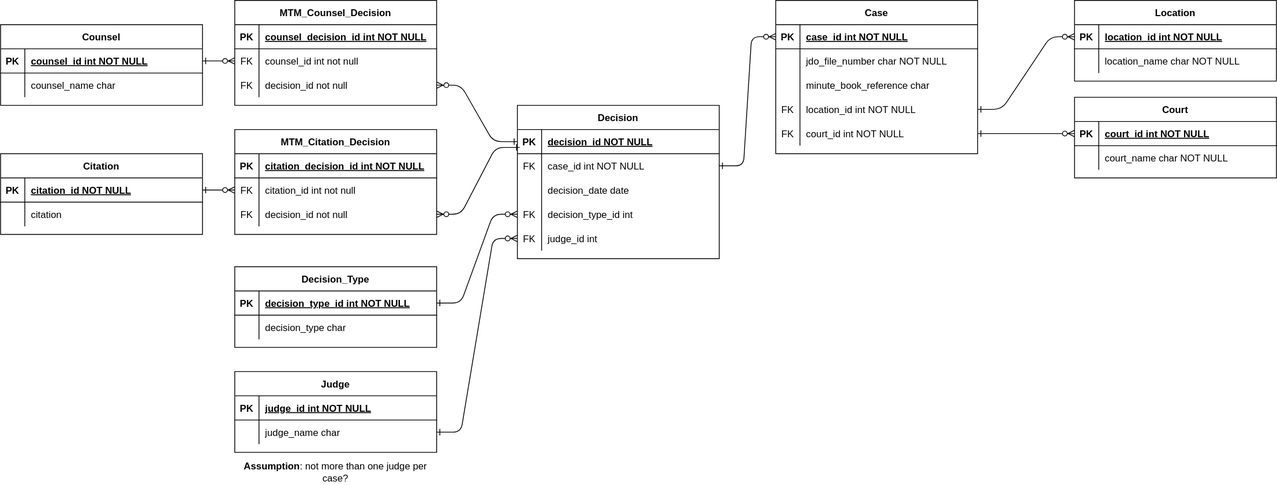
engleangs/datathon keeps this draw.io diagram as docs/Datathon-SQL-ERD.svg. Above is the earlier version. Source tidied: cells renumbered, new cells last; positions are measured from the earlier drawing's top-left corner, leaving out a move shared by most shapes.
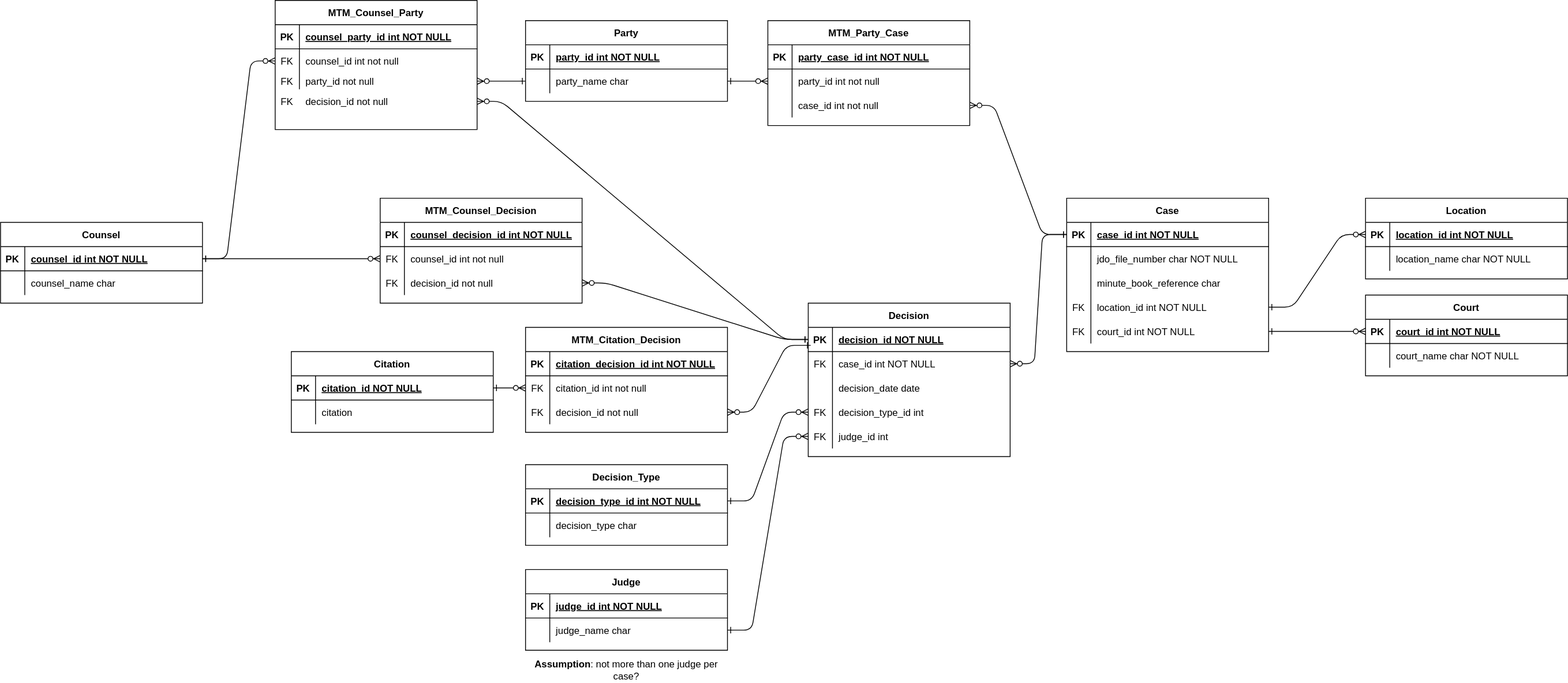
After the change.

Commit message:
Significant ERD update

The edit, as a diff of the source:
```diff
@@ -2,7 +2,7 @@
   <root>
     <mxCell id="0" />
     <mxCell id="1" parent="0" />
-    <mxCell id="2" style="edgeStyle=entityRelationEdgeStyle;endArrow=ERzeroToMany;startArrow=ERone;endFill=1;startFill=0;entryX=0;entryY=0.5;entryDx=0;entryDy=0;exitX=1;exitY=0.5;exitDx=0;exitDy=0;" parent="1" edge="1" source="31" target="5">
+    <mxCell id="2" style="edgeStyle=entityRelationEdgeStyle;endArrow=ERzeroToMany;startArrow=ERone;endFill=1;startFill=0;exitX=0;exitY=0.5;exitDx=0;exitDy=0;entryX=1;entryY=0.5;entryDx=0;entryDy=0;" parent="1" edge="1" source="5" target="31">
       <mxGeometry relative="1" as="geometry" />
     </mxCell>
     <mxCell id="3" style="edgeStyle=entityRelationEdgeStyle;endArrow=ERzeroToMany;startArrow=ERone;endFill=1;startFill=0;exitX=1;exitY=0.5;exitDx=0;exitDy=0;entryX=0;entryY=0.5;entryDx=0;entryDy=0;" parent="1" edge="1" source="14" target="21">
@@ -174,7 +174,7 @@
       <mxGeometry relative="1" as="geometry" />
     </mxCell>
     <mxCell id="59" value="Counsel" style="shape=table;startSize=30;rowLines=0;fontStyle=1;align=center;" parent="1" vertex="1">
-      <mxGeometry y="30" width="250" height="100" as="geometry" />
+      <mxGeometry x="-360" y="30" width="250" height="100" as="geometry" />
     </mxCell>
     <mxCell id="60" style="shape=partialRectangle;fillColor=none;points=[[0,0.5],[1,0.5]];portConstraint=eastwest;top=0;left=0;right=0;bottom=1;" parent="59" vertex="1">
       <mxGeometry y="30" width="250" height="30" as="geometry" />
@@ -195,7 +195,7 @@
       <mxGeometry x="30" width="220" height="30" as="geometry" />
     </mxCell>
     <mxCell id="66" value="MTM_Counsel_Decision" style="shape=table;startSize=30;rowLines=0;fontStyle=1;align=center;" parent="1" vertex="1">
-      <mxGeometry x="290" width="250" height="130" as="geometry" />
+      <mxGeometry x="110" width="250" height="130" as="geometry" />
     </mxCell>
     <mxCell id="67" style="shape=partialRectangle;fillColor=none;top=0;left=0;right=0;bottom=1;" parent="66" vertex="1">
       <mxGeometry y="30" width="250" height="30" as="geometry" />
@@ -314,5 +314,110 @@
     <mxCell id="105" value="&lt;b&gt;Assumption&lt;/b&gt;: not more than one judge per case?" style="text;html=1;whiteSpace=wrap;strokeColor=none;fillColor=none;align=center;verticalAlign=middle;rounded=0;" parent="1" vertex="1">
       <mxGeometry x="290" y="570" width="250" height="30" as="geometry" />
     </mxCell>
+    <mxCell id="106" value="Party" style="shape=table;startSize=30;rowLines=0;fontStyle=1;align=center;" parent="1" vertex="1">
+      <mxGeometry x="290" y="-220" width="250" height="100" as="geometry" />
+    </mxCell>
+    <mxCell id="107" style="shape=partialRectangle;fillColor=none;top=0;left=0;right=0;bottom=1;" parent="106" vertex="1">
+      <mxGeometry y="30" width="250" height="30" as="geometry" />
+    </mxCell>
+    <mxCell id="108" value="PK" style="shape=partialRectangle;overflow=hidden;fillColor=none;top=0;left=0;bottom=0;right=0;fontStyle=1;" parent="107" vertex="1">
+      <mxGeometry width="30" height="30" as="geometry" />
+    </mxCell>
+    <mxCell id="109" value="party_id int NOT NULL" style="shape=partialRectangle;overflow=hidden;fillColor=none;top=0;left=0;bottom=0;right=0;align=left;spacingLeft=6;fontStyle=5;" parent="107" vertex="1">
+      <mxGeometry x="30" width="220" height="30" as="geometry" />
+    </mxCell>
+    <mxCell id="110" style="shape=partialRectangle;fillColor=none;points=[[0,0.5],[1,0.5]];portConstraint=eastwest;top=0;left=0;right=0;bottom=0;" parent="106" vertex="1">
+      <mxGeometry y="60" width="250" height="30" as="geometry" />
+    </mxCell>
+    <mxCell id="111" style="shape=partialRectangle;overflow=hidden;fillColor=none;top=0;left=0;bottom=0;right=0;" parent="110" vertex="1">
+      <mxGeometry width="30" height="30" as="geometry" />
+    </mxCell>
+    <mxCell id="112" value="party_name char" style="shape=partialRectangle;overflow=hidden;fillColor=none;top=0;left=0;bottom=0;right=0;align=left;spacingLeft=6;" parent="110" vertex="1">
+      <mxGeometry x="30" width="220" height="30" as="geometry" />
+    </mxCell>
+    <mxCell id="113" value="MTM_Party_Case" style="shape=table;startSize=30;rowLines=0;fontStyle=1;align=center;" parent="1" vertex="1">
+      <mxGeometry x="590" y="-220" width="250" height="130" as="geometry" />
+    </mxCell>
+    <mxCell id="114" style="shape=partialRectangle;fillColor=none;top=0;left=0;right=0;bottom=1;" parent="113" vertex="1">
+      <mxGeometry y="30" width="250" height="30" as="geometry" />
+    </mxCell>
+    <mxCell id="115" value="PK" style="shape=partialRectangle;overflow=hidden;fillColor=none;top=0;left=0;bottom=0;right=0;fontStyle=1;" parent="114" vertex="1">
+      <mxGeometry width="30" height="30" as="geometry" />
+    </mxCell>
+    <mxCell id="116" value="party_case_id int NOT NULL" style="shape=partialRectangle;overflow=hidden;fillColor=none;top=0;left=0;bottom=0;right=0;align=left;spacingLeft=6;fontStyle=5;" parent="114" vertex="1">
+      <mxGeometry x="30" width="220" height="30" as="geometry" />
+    </mxCell>
+    <mxCell id="117" style="shape=partialRectangle;fillColor=none;points=[[0,0.5],[1,0.5]];portConstraint=eastwest;top=0;left=0;right=0;bottom=0;" parent="113" vertex="1">
+      <mxGeometry y="60" width="250" height="30" as="geometry" />
+    </mxCell>
+    <mxCell id="118" style="shape=partialRectangle;overflow=hidden;fillColor=none;top=0;left=0;bottom=0;right=0;" parent="117" vertex="1">
+      <mxGeometry width="30" height="30" as="geometry" />
+    </mxCell>
+    <mxCell id="119" value="party_id int not null" style="shape=partialRectangle;overflow=hidden;fillColor=none;top=0;left=0;bottom=0;right=0;align=left;spacingLeft=6;" parent="117" vertex="1">
+      <mxGeometry x="30" width="220" height="30" as="geometry" />
+    </mxCell>
+    <mxCell id="120" style="shape=partialRectangle;fillColor=none;points=[[0,0.5],[1,0.5]];portConstraint=eastwest;top=0;left=0;right=0;bottom=0;" parent="113" vertex="1">
+      <mxGeometry y="90" width="250" height="30" as="geometry" />
+    </mxCell>
+    <mxCell id="121" style="shape=partialRectangle;overflow=hidden;fillColor=none;top=0;left=0;bottom=0;right=0;" parent="120" vertex="1">
+      <mxGeometry width="30" height="30" as="geometry" />
+    </mxCell>
+    <mxCell id="122" value="case_id int not null" style="shape=partialRectangle;overflow=hidden;fillColor=none;top=0;left=0;bottom=0;right=0;align=left;spacingLeft=6;" parent="120" vertex="1">
+      <mxGeometry x="30" width="220" height="30" as="geometry" />
+    </mxCell>
+    <mxCell id="123" style="edgeStyle=entityRelationEdgeStyle;endArrow=ERzeroToMany;startArrow=ERone;endFill=1;startFill=0;exitX=1;exitY=0.5;exitDx=0;exitDy=0;entryX=0;entryY=0.5;entryDx=0;entryDy=0;" parent="1" edge="1" source="110" target="117">
+      <mxGeometry relative="1" as="geometry" />
+    </mxCell>
+    <mxCell id="124" style="edgeStyle=entityRelationEdgeStyle;endArrow=ERzeroToMany;startArrow=ERone;endFill=1;startFill=0;exitX=0;exitY=0.5;exitDx=0;exitDy=0;entryX=1;entryY=0.5;entryDx=0;entryDy=0;" parent="1" edge="1" source="5" target="120">
+      <mxGeometry relative="1" as="geometry" />
+    </mxCell>
+    <mxCell id="125" value="MTM_Counsel_Party" style="shape=table;startSize=30;rowLines=0;fontStyle=1;align=center;" parent="1" vertex="1">
+      <mxGeometry x="-20" y="-245" width="250" height="160" as="geometry" />
+    </mxCell>
+    <mxCell id="126" style="shape=partialRectangle;fillColor=none;top=0;left=0;right=0;bottom=1;" parent="125" vertex="1">
+      <mxGeometry y="30" width="250" height="30" as="geometry" />
+    </mxCell>
+    <mxCell id="127" value="PK" style="shape=partialRectangle;overflow=hidden;fillColor=none;top=0;left=0;bottom=0;right=0;fontStyle=1;" parent="126" vertex="1">
+      <mxGeometry width="30" height="30" as="geometry" />
+    </mxCell>
+    <mxCell id="128" value="counsel_party_id int NOT NULL" style="shape=partialRectangle;overflow=hidden;fillColor=none;top=0;left=0;bottom=0;right=0;align=left;spacingLeft=6;fontStyle=5;" parent="126" vertex="1">
+      <mxGeometry x="30" width="220" height="30" as="geometry" />
+    </mxCell>
+    <mxCell id="129" style="shape=partialRectangle;fillColor=none;points=[[0,0.5],[1,0.5]];portConstraint=eastwest;top=0;left=0;right=0;bottom=0;" parent="125" vertex="1">
+      <mxGeometry y="60" width="250" height="30" as="geometry" />
+    </mxCell>
+    <mxCell id="130" value="FK" style="shape=partialRectangle;overflow=hidden;fillColor=none;top=0;left=0;bottom=0;right=0;" parent="129" vertex="1">
+      <mxGeometry width="30" height="30" as="geometry" />
+    </mxCell>
+    <mxCell id="131" value="counsel_id int not null" style="shape=partialRectangle;overflow=hidden;fillColor=none;top=0;left=0;bottom=0;right=0;align=left;spacingLeft=6;" parent="129" vertex="1">
+      <mxGeometry x="30" width="220" height="30" as="geometry" />
+    </mxCell>
+    <mxCell id="132" style="shape=partialRectangle;fillColor=none;points=[[0,0.5],[1,0.5]];portConstraint=eastwest;top=0;left=0;right=0;bottom=0;" parent="125" vertex="1">
+      <mxGeometry y="90" width="250" height="20" as="geometry" />
+    </mxCell>
+    <mxCell id="133" value="FK" style="shape=partialRectangle;overflow=hidden;fillColor=none;top=0;left=0;bottom=0;right=0;" parent="132" vertex="1">
+      <mxGeometry width="30" height="20" as="geometry" />
+    </mxCell>
+    <mxCell id="134" value="party_id not null" style="shape=partialRectangle;overflow=hidden;fillColor=none;top=0;left=0;bottom=0;right=0;align=left;spacingLeft=6;" parent="132" vertex="1">
+      <mxGeometry x="30" width="220" height="20" as="geometry" />
+    </mxCell>
+    <mxCell id="135" style="edgeStyle=entityRelationEdgeStyle;endArrow=ERzeroToMany;startArrow=ERone;endFill=1;startFill=0;exitX=0;exitY=0.75;exitDx=0;exitDy=0;entryX=1;entryY=0.5;entryDx=0;entryDy=0;" parent="1" edge="1" source="106" target="132">
+      <mxGeometry relative="1" as="geometry" />
+    </mxCell>
+    <mxCell id="136" style="edgeStyle=entityRelationEdgeStyle;endArrow=ERzeroToMany;startArrow=ERone;endFill=1;startFill=0;exitX=1;exitY=0.5;exitDx=0;exitDy=0;entryX=0;entryY=0.5;entryDx=0;entryDy=0;" parent="1" edge="1" source="60" target="129">
+      <mxGeometry relative="1" as="geometry" />
+    </mxCell>
+    <mxCell id="137" style="shape=partialRectangle;fillColor=none;points=[[0,0.5],[1,0.5]];portConstraint=eastwest;top=0;left=0;right=0;bottom=0;" parent="1" vertex="1">
+      <mxGeometry x="-20" y="-130" width="250" height="20" as="geometry" />
+    </mxCell>
+    <mxCell id="138" value="FK" style="shape=partialRectangle;overflow=hidden;fillColor=none;top=0;left=0;bottom=0;right=0;" parent="137" vertex="1">
+      <mxGeometry width="30" height="20" as="geometry" />
+    </mxCell>
+    <mxCell id="139" value="decision_id not null" style="shape=partialRectangle;overflow=hidden;fillColor=none;top=0;left=0;bottom=0;right=0;align=left;spacingLeft=6;" parent="137" vertex="1">
+      <mxGeometry x="30" width="220" height="20" as="geometry" />
+    </mxCell>
+    <mxCell id="140" style="edgeStyle=entityRelationEdgeStyle;endArrow=ERzeroToMany;startArrow=ERone;endFill=1;startFill=0;exitX=0;exitY=0.5;exitDx=0;exitDy=0;entryX=1;entryY=0.5;entryDx=0;entryDy=0;" parent="1" edge="1" source="28" target="137">
+      <mxGeometry relative="1" as="geometry" />
+    </mxCell>
   </root>
 </mxGraphModel>
```
